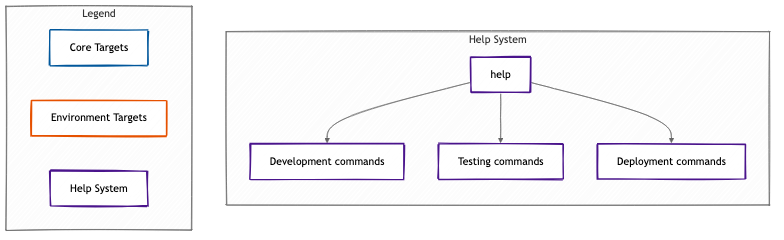
Above: images/chapter6b.png in InfraLore/make_for_devops (Mermaid), before the change. Its source is kept beside it as images/chapter6b.mmd.
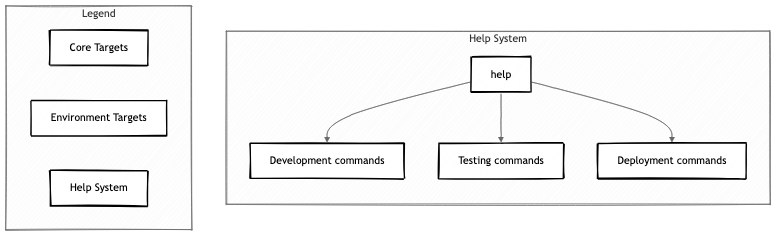
After the change.

The edit, as a diff of the source:
```diff
@@ -4,9 +4,9 @@
   theme: neutral
 ---
 flowchart TD
-    classDef core fill:#fff,stroke:#01579b,stroke-width:2px,color:#000
-    classDef env fill:#fff,stroke:#e65100,stroke-width:2px,color:#000
-    classDef help fill:#fff,stroke:#4a148c,stroke-width:2px,color:#000
+    classDef core fill:#fff,stroke:#000,stroke-width:2px,color:#000
+    classDef env fill:#fff,stroke:#000,stroke-width:2px,color:#000
+    classDef help fill:#fff,stroke:#000,stroke-width:2px,color:#000
     subgraph "Help System"
         direction TB
         H["help"]:::help
```
